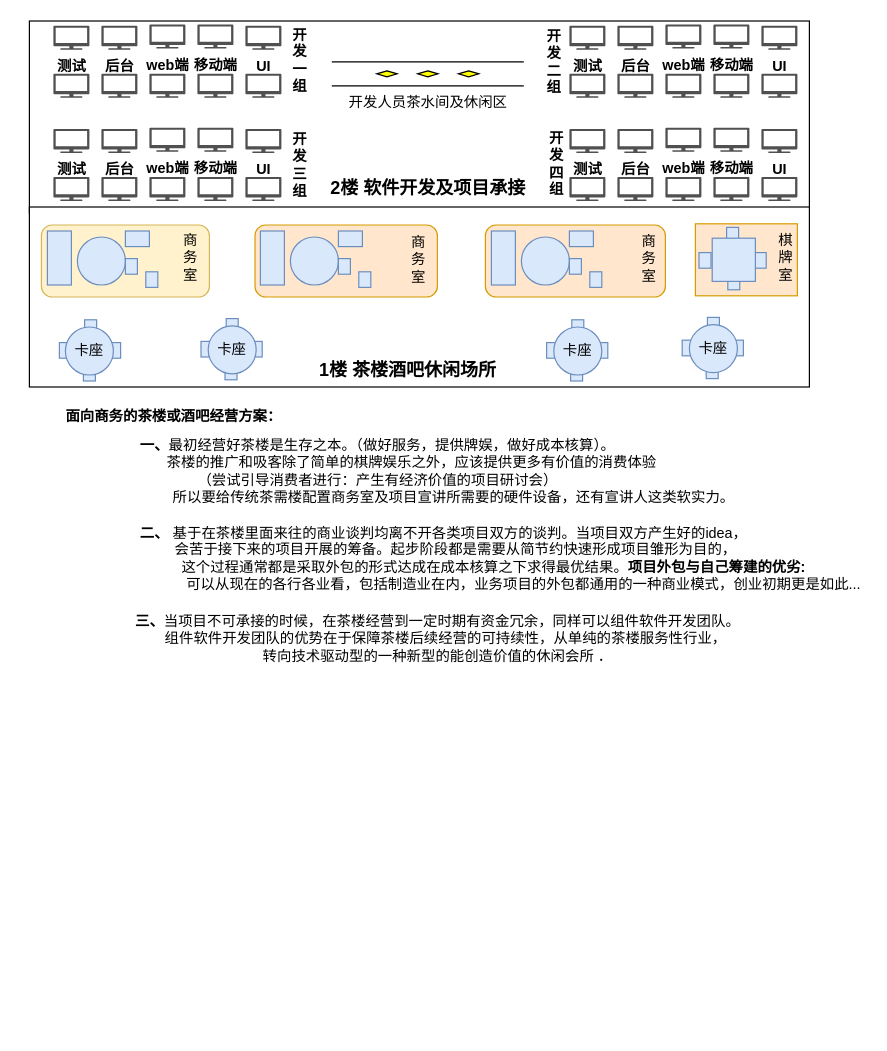
Earlier version of the draw.io diagram 茶楼酒吧休闲场所.drawio (UTOUUCENTER-CD/draw.io). Source tidied: cells renumbered, new cells numbered last; positions are measured from the earlier drawing's top-left corner, leaving out a move shared by most shapes. Both pictures are drawn from the tidied source at 120%, with x=0, y=0 at pixel (23, 20).
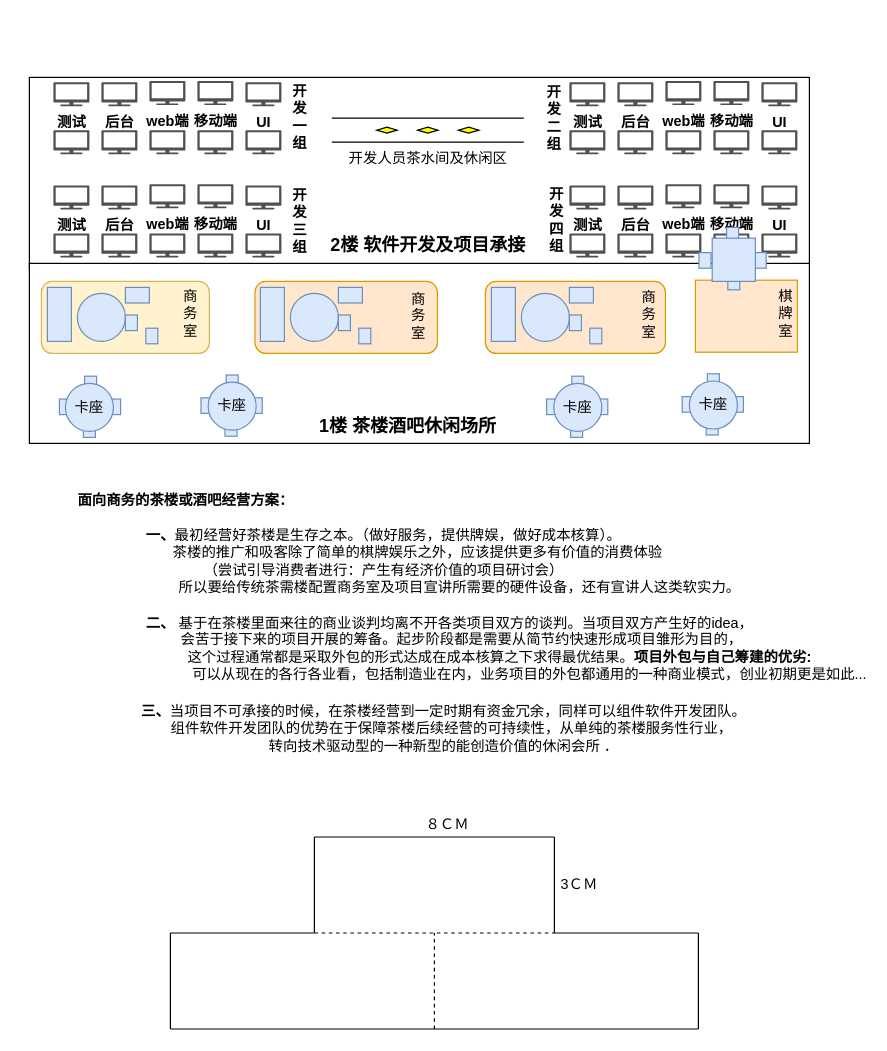
After the change.

Commit message:
Update 茶楼酒吧休闲场所.drawio

What changed in the source:
```diff
@@
     <mxCell id="2" value="&lt;b&gt;一、&lt;/b&gt;最初经营好茶楼是生存之本。（做好服务，提供牌娱，做好成本核算）。&lt;br&gt;&amp;nbsp; &amp;nbsp; &amp;nbsp; &amp;nbsp; &amp;nbsp; &amp;nbsp; &amp;nbsp; &amp;nbsp; &amp;nbsp;茶楼的推广和吸客除了简单的棋牌娱乐之外，应该提供更多有价值的消费体验&lt;br&gt;（尝试引导消费者进行：产生有经济价值的项目研讨会）&lt;br&gt;&amp;nbsp; &amp;nbsp; &amp;nbsp; &amp;nbsp; &amp;nbsp; &amp;nbsp; &amp;nbsp; &amp;nbsp; &amp;nbsp; &amp;nbsp; &amp;nbsp; &amp;nbsp; &amp;nbsp; &amp;nbsp; &amp;nbsp; &amp;nbsp; &amp;nbsp; &amp;nbsp; &amp;nbsp; 所以要给传统茶需楼配置商务室及项目宣讲所需要的硬件设备，还有宣讲人这类软实力。" style="text;html=1;align=center;verticalAlign=middle;" parent="1" vertex="1">
-      <mxGeometry y="345" width="590" height="60" as="geometry" />
+      <mxGeometry x="5" y="420" width="590" height="60" as="geometry" />
     </mxCell>
     <mxCell id="3" value="&lt;b&gt;面向商务的茶楼或酒吧经营方案：&lt;/b&gt;" style="text;html=1;align=center;verticalAlign=middle;" parent="1" vertex="1">
-      <mxGeometry x="25" y="320" width="200" height="20" as="geometry" />
+      <mxGeometry x="35" y="390" width="200" height="20" as="geometry" />
     </mxCell>
     <mxCell id="4" value="&lt;b&gt;三、&lt;/b&gt;当项目不可承接的时候，在茶楼经营到一定时期有资金冗余，同样可以组件软件开发团队。&lt;br&gt;&amp;nbsp; &amp;nbsp; 组件软件开发团队的优势在于保障茶楼后续经营的可持续性，从单纯的茶楼服务性行业，&lt;br&gt;转向技术驱动型的一种新型的能创造价值的休闲会所 ．" style="text;html=1;align=center;verticalAlign=middle;" parent="1" vertex="1">
-      <mxGeometry x="85" y="490" width="520" height="50" as="geometry" />
+      <mxGeometry x="90" y="565" width="520" height="50" as="geometry" />
     </mxCell>
     <mxCell id="5" style="group;" parent="1" vertex="1">
-      <mxGeometry x="5" width="675" height="305" as="geometry" />
+      <mxGeometry x="5" y="47" width="675" height="305" as="geometry" />
     </mxCell>
@@
     <mxCell id="98" value="&lt;b&gt;二、&lt;/b&gt;&amp;nbsp;基于在茶楼里面来往的商业谈判均离不开各类项目双方的谈判。当项目双方产生好的idea，&lt;br&gt;&amp;nbsp; &amp;nbsp; &amp;nbsp; 会苦于接下来的项目开展的筹备。起步阶段都是需要从简节约快速形成项目雏形为目的，&lt;br&gt;&amp;nbsp; &amp;nbsp; &amp;nbsp; &amp;nbsp; &amp;nbsp; &amp;nbsp; &amp;nbsp; &amp;nbsp; &amp;nbsp; &amp;nbsp; &amp;nbsp; &amp;nbsp; &amp;nbsp;这个过程通常都是采取外包的形式达成在成本核算之下求得最优结果。&lt;b&gt;项目外包与自己筹建的优劣:&lt;/b&gt;&lt;br&gt;&amp;nbsp; &amp;nbsp; &amp;nbsp; &amp;nbsp; &amp;nbsp; &amp;nbsp; &amp;nbsp; &amp;nbsp; &amp;nbsp; &amp;nbsp; &amp;nbsp; &amp;nbsp; &amp;nbsp; &amp;nbsp; &amp;nbsp; &amp;nbsp; &amp;nbsp; &amp;nbsp; &amp;nbsp; &amp;nbsp; 可以从现在的各行各业看，包括制造业在内，业务项目的外包都通用的一种商业模式，创业初期更是如此..." style="text;html=1;align=center;verticalAlign=middle;" parent="1" vertex="1">
-      <mxGeometry x="5" y="417.5" width="690" height="60" as="geometry" />
+      <mxGeometry x="10" y="492.5" width="690" height="60" as="geometry" />
     </mxCell>
@@
+    <mxCell id="104" style="group;" parent="1" vertex="1">
+      <mxGeometry x="122.5" y="660" width="440" height="180" as="geometry" />
+    </mxCell>
+    <mxCell id="105" style="endArrow=none;html=1;" parent="104" edge="1">
+      <mxGeometry relative="1" as="geometry">
+        <mxPoint x="120" y="20" as="sourcePoint" />
+        <mxPoint x="320" y="20" as="targetPoint" />
+      </mxGeometry>
+    </mxCell>
+    <mxCell id="106" style="endArrow=none;html=1;" parent="104" edge="1">
+      <mxGeometry relative="1" as="geometry">
+        <mxPoint x="320" y="100" as="sourcePoint" />
+        <mxPoint x="320" y="20" as="targetPoint" />
+      </mxGeometry>
+    </mxCell>
+    <mxCell id="107" style="endArrow=none;html=1;" parent="104" edge="1">
+      <mxGeometry relative="1" as="geometry">
+        <mxPoint x="320" y="100" as="sourcePoint" />
+        <mxPoint x="440" y="100" as="targetPoint" />
+      </mxGeometry>
+    </mxCell>
+    <mxCell id="108" style="endArrow=none;html=1;" parent="104" edge="1">
+      <mxGeometry relative="1" as="geometry">
+        <mxPoint x="440" y="180" as="sourcePoint" />
+        <mxPoint x="440" y="100" as="targetPoint" />
+      </mxGeometry>
+    </mxCell>
+    <mxCell id="109" style="endArrow=none;html=1;" parent="104" edge="1">
+      <mxGeometry relative="1" as="geometry">
+        <mxPoint y="180" as="sourcePoint" />
+        <mxPoint x="440" y="180" as="targetPoint" />
+      </mxGeometry>
+    </mxCell>
+    <mxCell id="110" style="endArrow=none;html=1;" parent="104" edge="1">
+      <mxGeometry relative="1" as="geometry">
+        <mxPoint x="120" y="100" as="sourcePoint" />
+        <mxPoint x="120" y="20" as="targetPoint" />
+      </mxGeometry>
+    </mxCell>
+    <mxCell id="111" style="endArrow=none;html=1;" parent="104" edge="1">
+      <mxGeometry relative="1" as="geometry">
+        <mxPoint y="100" as="sourcePoint" />
+        <mxPoint x="120" y="100" as="targetPoint" />
+      </mxGeometry>
+    </mxCell>
+    <mxCell id="112" style="endArrow=none;html=1;" parent="104" edge="1">
+      <mxGeometry relative="1" as="geometry">
+        <mxPoint y="100" as="sourcePoint" />
+        <mxPoint y="180" as="targetPoint" />
+      </mxGeometry>
+    </mxCell>
+    <mxCell id="113" style="endArrow=none;dashed=1;html=1;" parent="104" edge="1">
+      <mxGeometry relative="1" as="geometry">
+        <mxPoint x="120" y="100" as="sourcePoint" />
+        <mxPoint x="320" y="100" as="targetPoint" />
+      </mxGeometry>
+    </mxCell>
+    <mxCell id="114" style="endArrow=none;dashed=1;html=1;" parent="104" edge="1">
+      <mxGeometry relative="1" as="geometry">
+        <mxPoint x="220" y="180" as="sourcePoint" />
+        <mxPoint x="220" y="100" as="targetPoint" />
+      </mxGeometry>
+    </mxCell>
+    <mxCell id="115" value="3ＣＭ" style="text;html=1;align=center;verticalAlign=middle;" parent="104" vertex="1">
+      <mxGeometry x="315.5" y="50" width="50" height="20" as="geometry" />
+    </mxCell>
+    <mxCell id="116" value="８ＣＭ" style="text;html=1;align=center;verticalAlign=middle;" parent="104" vertex="1">
+      <mxGeometry x="205" width="50" height="20" as="geometry" />
+    </mxCell>
```
